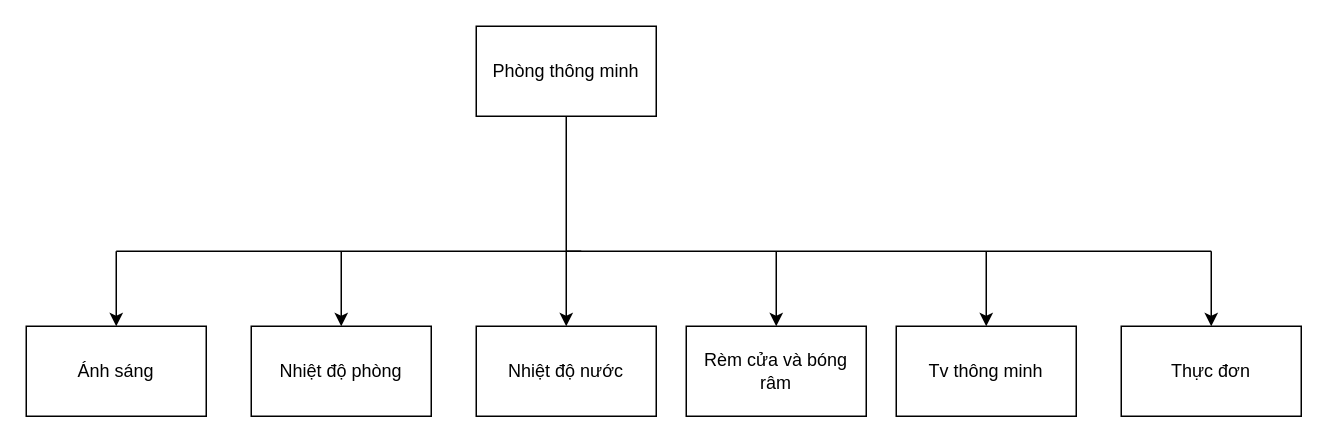
nmduc99/Draw keeps this draw.io diagram as CDS_1.drawio. Above is the earlier version. Source tidied: cells renumbered, new cells numbered last; positions are measured from the earlier drawing's top-left corner, leaving out a move shared by most shapes. Both pictures are drawn from the tidied source at 150%, with x=0, y=0 at pixel (26, 26).
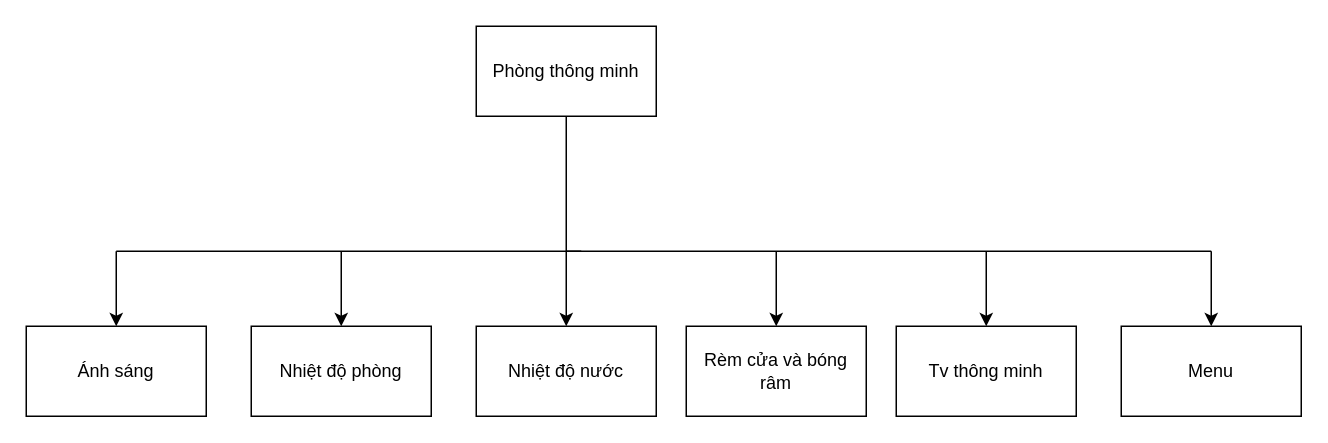
The same diagram, later.

What changed in the source:
```diff
@@
-    <mxCell id="16" value="Thực đơn" style="rounded=0;whiteSpace=wrap;html=1;" parent="1" vertex="1">
+    <mxCell id="16" value="Menu" style="rounded=0;whiteSpace=wrap;html=1;" parent="1" vertex="1">
       <mxGeometry x="730" y="200" width="120" height="60" as="geometry" />
     </mxCell>
```
